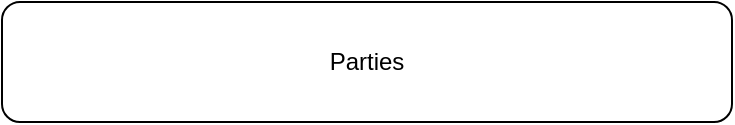
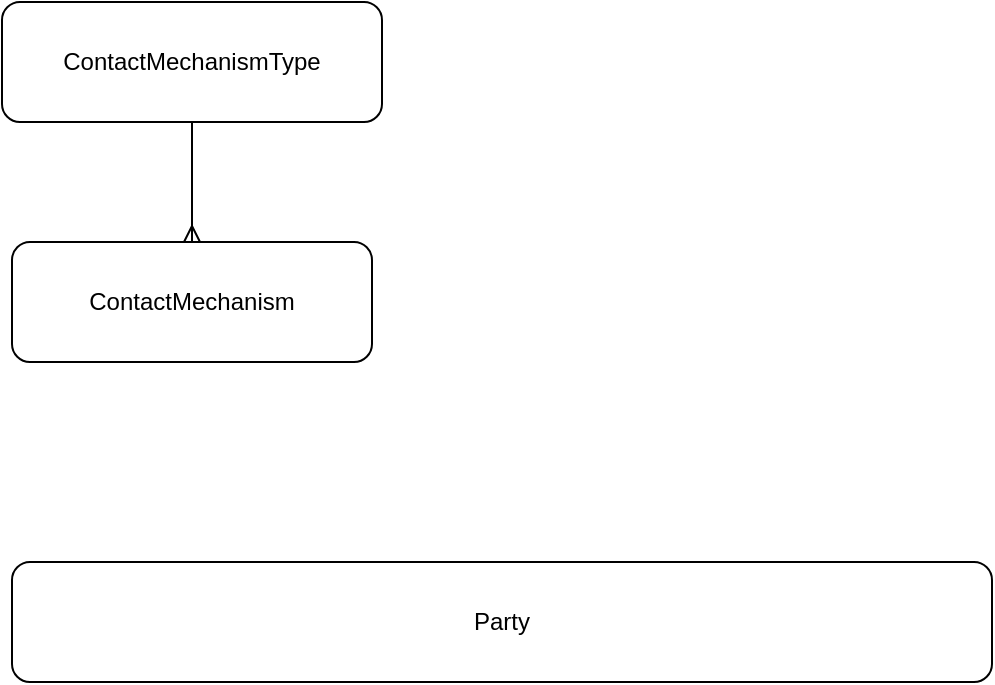
<mxfile host="app.diagrams.net" agent="Mozilla/5.0 (Windows NT 10.0; Win64; x64) AppleWebKit/537.36 (KHTML, like Gecko) Chrome/141.0.0.0 Safari/537.36" version="28.2.9">
  <diagram name="Page-1" id="d0nJ6Fx9cUZLMqGtfM0H">
-     <mxGraphModel dx="1281" dy="622" grid="1" gridSize="10" guides="1" tooltips="1" connect="1" arrows="1" fold="1" page="1" pageScale="1" pageWidth="850" pageHeight="1100" math="0" shadow="0">
+     <mxGraphModel dx="1042" dy="1722" grid="1" gridSize="10" guides="1" tooltips="1" connect="1" arrows="1" fold="1" page="1" pageScale="1" pageWidth="850" pageHeight="1100" math="0" shadow="0">
      <root>
        <mxCell id="0" />
        <mxCell id="1" parent="0" />
-         <mxCell id="tdPrWEJd15tEannaNgth-1" value="Parties" style="rounded=1;whiteSpace=wrap;html=1;" vertex="1" parent="1">
-           <mxGeometry x="170" y="270" width="365" height="60" as="geometry" />
+         <mxCell id="tdPrWEJd15tEannaNgth-1" value="Party" style="rounded=1;whiteSpace=wrap;html=1;" vertex="1" parent="1">
+           <mxGeometry x="170" y="270" width="490" height="60" as="geometry" />
+         </mxCell>
+         <mxCell id="tdPrWEJd15tEannaNgth-4" style="edgeStyle=orthogonalEdgeStyle;rounded=0;orthogonalLoop=1;jettySize=auto;html=1;startArrow=ERmany;startFill=0;endArrow=none;endFill=0;" edge="1" parent="1" source="tdPrWEJd15tEannaNgth-2" target="tdPrWEJd15tEannaNgth-3">
+           <mxGeometry relative="1" as="geometry" />
+         </mxCell>
+         <mxCell id="tdPrWEJd15tEannaNgth-2" value="ContactMechanism" style="rounded=1;whiteSpace=wrap;html=1;" vertex="1" parent="1">
+           <mxGeometry x="170" y="110" width="180" height="60" as="geometry" />
+         </mxCell>
+         <mxCell id="tdPrWEJd15tEannaNgth-3" value="ContactMechanismType" style="rounded=1;whiteSpace=wrap;html=1;" vertex="1" parent="1">
+           <mxGeometry x="165" y="-10" width="190" height="60" as="geometry" />
        </mxCell>
      </root>
    </mxGraphModel>
  </diagram>
</mxfile>
